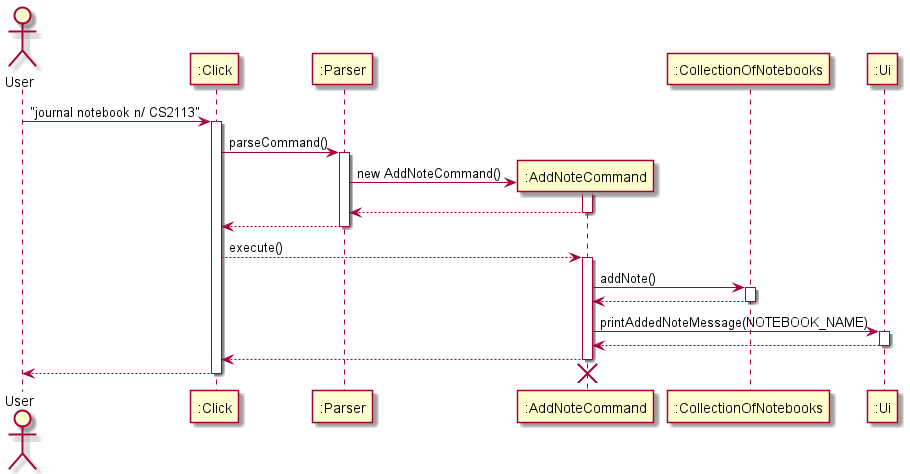
Before: docs/diagrams/journal/AddNoteCommand.png, a diagram exported from PlantUML (nus-cs2113-AY2122S1/tp).
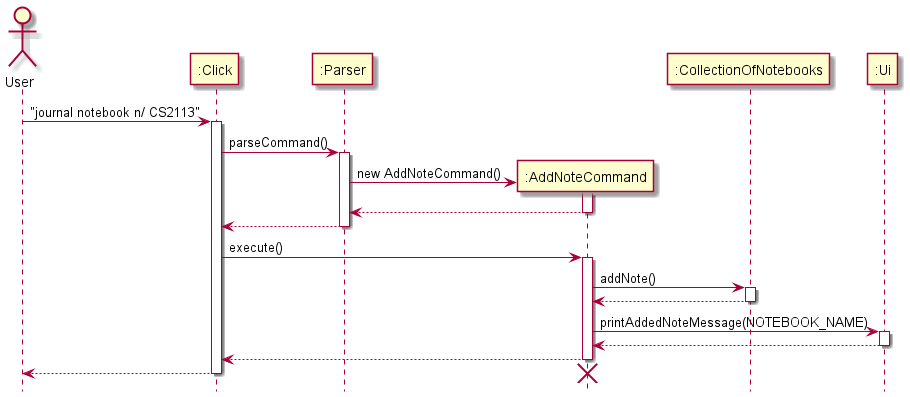
After the commit.

Commit message:
Update add note command diagram

The edit, as a diff of the source:
```diff
@@ -1,4 +1,5 @@
 @startuml
+hide footbox
 Actor User
 User -> ":Click" : "journal notebook n/ CS2113"
 participant ":Click"
@@ -13,7 +14,7 @@
 deactivate ":AddNoteCommand"
 ":Parser" --> ":Click"
 deactivate ":Parser"
-":Click" --> ":AddNoteCommand" : execute()
+":Click" -> ":AddNoteCommand" : execute()
 activate ":AddNoteCommand"
 participant ":CollectionOfNotebooks"
 ":AddNoteCommand" -> ":CollectionOfNotebooks" : addNote()
```
